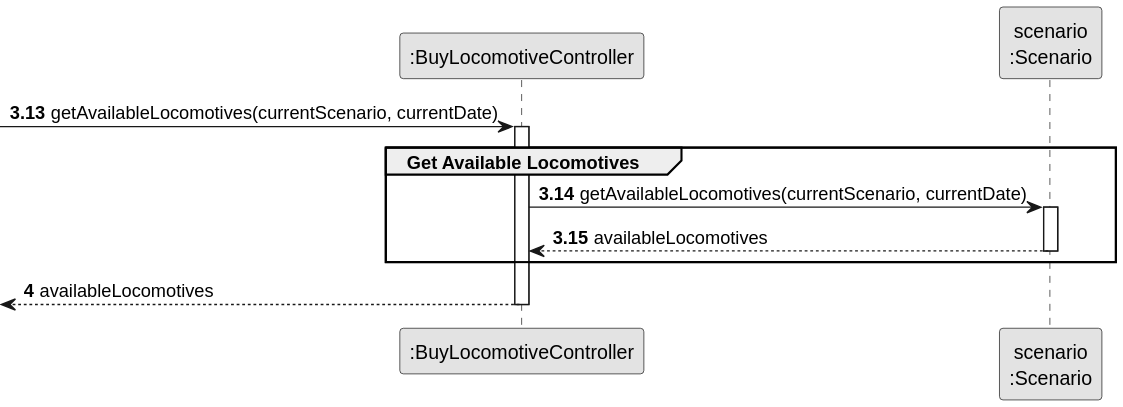
This is docs/system-documentation/Sprint 2/US09/03.design/svg/US09-SD-partial-get-available-locomotives.svg from HenriqueSilva18/Railway-Network-Simulator, a PlantUML export, as it was before one commit.
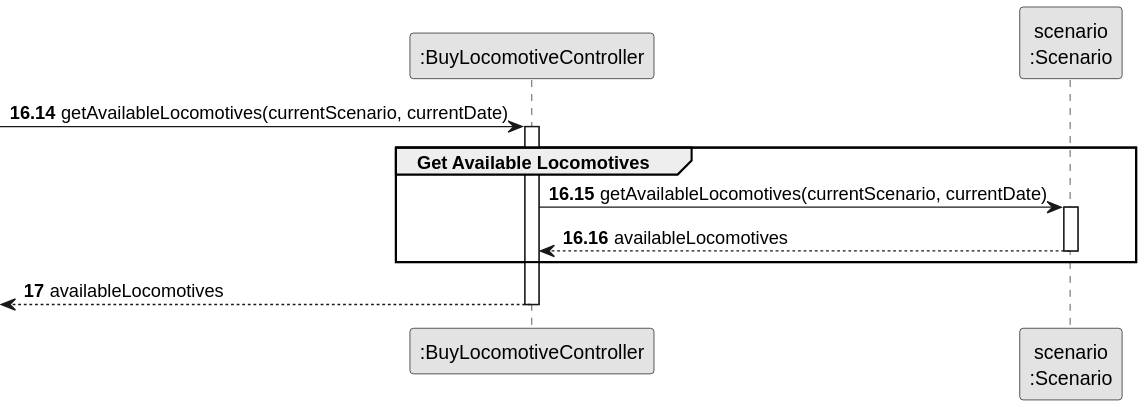
After the change.

The edit, as a diff of the source:
```diff
@@ -6,10 +6,10 @@
 participant ":BuyLocomotiveController" as CTRL
 participant "scenario\n:Scenario" as SCENARIO
 
-autonumber 3.13
+autonumber 16.14
 -> CTRL : getAvailableLocomotives(currentScenario, currentDate)
 
-autonumber 3.14
+autonumber 16.15
 activate CTRL
     group Get Available Locomotives
         CTRL -> SCENARIO : getAvailableLocomotives(currentScenario, currentDate)
@@ -18,7 +18,7 @@
         deactivate SCENARIO
     end
 
-    autonumber 4
+    autonumber 17
     <-- CTRL : availableLocomotives
 deactivate CTRL
 @enduml
```
